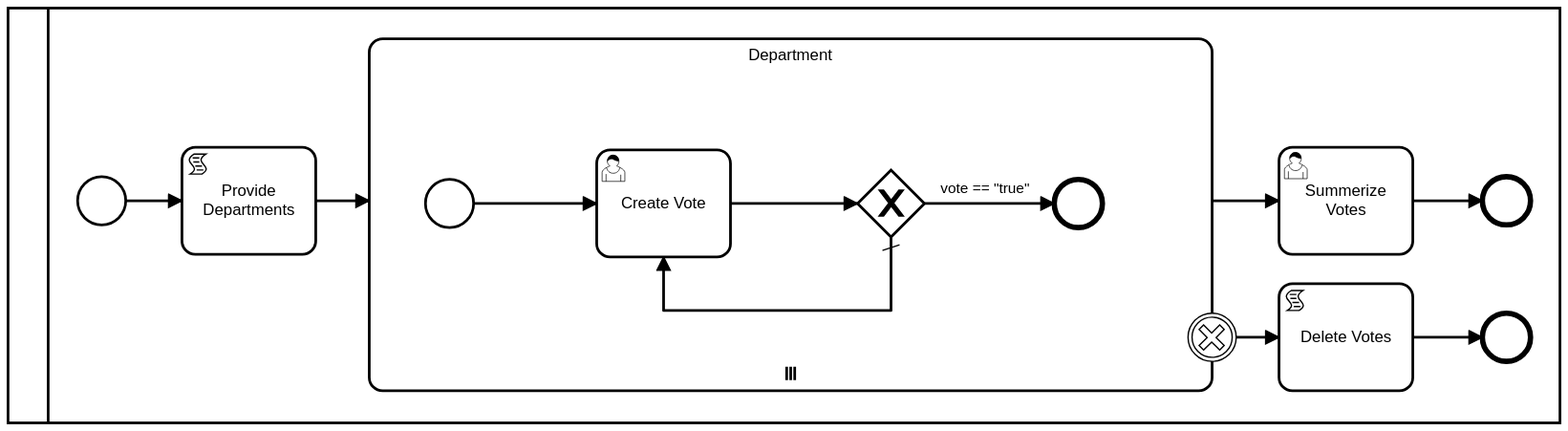
This is processes/Issue197.svg from bpmnServer/bpmn-web, a BPMN export, as it was before one commit. Its source is kept beside it as processes/Issue197.bpmn. Ids are renumbered. Its diagram source:
```xml
<bpmn2:definitions xmlns:xsi="http://www.w3.org/2001/XMLSchema-instance" xmlns:bpmn2="http://www.omg.org/spec/BPMN/20100524/MODEL" xmlns:bpmndi="http://www.omg.org/spec/BPMN/20100524/DI" xmlns:dc="http://www.omg.org/spec/DD/20100524/DC" xmlns:di="http://www.omg.org/spec/DD/20100524/DI" xmlns:camunda="http://camunda.org/schema/1.0/bpmn" id="sample-diagram" targetNamespace="http://bpmn.io/schema/bpmn" xsi:schemaLocation="http://www.omg.org/spec/BPMN/20100524/MODEL BPMN20.xsd">
  <bpmn2:collaboration id="Collaboration_n1">
    <bpmn2:participant id="Participant_n2" processRef="Process_1" />
  </bpmn2:collaboration>
  <bpmn2:process id="Process_1" isExecutable="false">
    <bpmn2:startEvent id="StartEvent_1">
      <bpmn2:outgoing>Flow_n3</bpmn2:outgoing>
    </bpmn2:startEvent>
    <bpmn2:scriptTask id="Activity_n4" name="Provide Departments" scriptFormat="JavaScript">
      <bpmn2:incoming>Flow_n3</bpmn2:incoming>
      <bpmn2:outgoing>Flow_n5</bpmn2:outgoing>
      <bpmn2:script>item.data.includeDepartment = true;
item.data.departments = ["IT", "HR"]</bpmn2:script>
    </bpmn2:scriptTask>
    <bpmn2:endEvent id="Event_end1">
      <bpmn2:incoming>Flow_n6</bpmn2:incoming>
    </bpmn2:endEvent>
    <bpmn2:userTask id="Activity_sum_votes" name="Summerize Votes">
      <bpmn2:incoming>Flow_n7</bpmn2:incoming>
      <bpmn2:outgoing>Flow_n6</bpmn2:outgoing>
    </bpmn2:userTask>
    <bpmn2:subProcess id="department" name="Department">
      <bpmn2:incoming>Flow_n5</bpmn2:incoming>
      <bpmn2:outgoing>Flow_n7</bpmn2:outgoing>
      <bpmn2:multiInstanceLoopCharacteristics camunda:collection="$(item.data.departments)" />
      <bpmn2:startEvent id="Event_n8">
        <bpmn2:outgoing>Flow_n9</bpmn2:outgoing>
      </bpmn2:startEvent>
      <bpmn2:sequenceFlow id="Flow_n9" sourceRef="Event_n8" targetRef="Activity_create_vote" />
      <bpmn2:userTask id="Activity_create_vote" name="Create Vote">
        <bpmn2:extensionElements>
          <camunda:formData>
            <camunda:formField id="vote" label="Vote" type="boolean" defaultValue="false" />
          </camunda:formData>
        </bpmn2:extensionElements>
        <bpmn2:incoming>Flow_n9</bpmn2:incoming>
        <bpmn2:incoming>Flow_n10</bpmn2:incoming>
        <bpmn2:outgoing>Flow_n11</bpmn2:outgoing>
      </bpmn2:userTask>
      <bpmn2:exclusiveGateway id="Gateway_n12" default="Flow_n10">
        <bpmn2:incoming>Flow_n11</bpmn2:incoming>
        <bpmn2:outgoing>Flow_n13</bpmn2:outgoing>
        <bpmn2:outgoing>Flow_n10</bpmn2:outgoing>
      </bpmn2:exclusiveGateway>
      <bpmn2:sequenceFlow id="Flow_n11" sourceRef="Activity_create_vote" targetRef="Gateway_n12" />
      <bpmn2:endEvent id="Event_n14">
        <bpmn2:incoming>Flow_n13</bpmn2:incoming>
      </bpmn2:endEvent>
      <bpmn2:sequenceFlow id="Flow_n13" name="vote == &#34;true&#34;" sourceRef="Gateway_n12" targetRef="Event_n14">
        <bpmn2:conditionExpression xsi:type="bpmn2:tFormalExpression" language="JavaScript">$(item.data.vote=="true")</bpmn2:conditionExpression>
      </bpmn2:sequenceFlow>
      <bpmn2:sequenceFlow id="Flow_n10" sourceRef="Gateway_n12" targetRef="Activity_create_vote" />
    </bpmn2:subProcess>
    <bpmn2:scriptTask id="Activity_deleteVotes" name="Delete Votes">
      <bpmn2:incoming>Flow_n15</bpmn2:incoming>
      <bpmn2:outgoing>Flow_n16</bpmn2:outgoing>
    </bpmn2:scriptTask>
    <bpmn2:endEvent id="Event_end2">
      <bpmn2:incoming>Flow_n16</bpmn2:incoming>
    </bpmn2:endEvent>
    <bpmn2:boundaryEvent id="Event_cancel" attachedToRef="department">
      <bpmn2:outgoing>Flow_n15</bpmn2:outgoing>
      <bpmn2:cancelEventDefinition id="CancelEventDefinition_n17" />
    </bpmn2:boundaryEvent>
    <bpmn2:sequenceFlow id="Flow_n16" sourceRef="Activity_deleteVotes" targetRef="Event_end2" />
    <bpmn2:sequenceFlow id="Flow_n15" sourceRef="Event_cancel" targetRef="Activity_deleteVotes" />
    <bpmn2:sequenceFlow id="Flow_n5" sourceRef="Activity_n4" targetRef="department" />
    <bpmn2:sequenceFlow id="Flow_n6" sourceRef="Activity_sum_votes" targetRef="Event_end1" />
    <bpmn2:sequenceFlow id="Flow_n7" sourceRef="department" targetRef="Activity_sum_votes" />
    <bpmn2:sequenceFlow id="Flow_n3" sourceRef="StartEvent_1" targetRef="Activity_n4" />
  </bpmn2:process>
  <bpmndi:BPMNDiagram id="BPMNDiagram_1">
    <bpmndi:BPMNPlane id="BPMNPlane_1" bpmnElement="Collaboration_n1">
      <bpmndi:BPMNShape id="Participant_n2_di" bpmnElement="Participant_n2" isHorizontal="true">
        <dc:Bounds x="90" y="114" width="1160" height="310" />
      </bpmndi:BPMNShape>
      <bpmndi:BPMNEdge id="Flow_n3_di" bpmnElement="Flow_n3">
        <di:waypoint x="178" y="258" />
        <di:waypoint x="220" y="258" />
      </bpmndi:BPMNEdge>
      <bpmndi:BPMNEdge id="Flow_n7_di" bpmnElement="Flow_n7">
        <di:waypoint x="990" y="258" />
        <di:waypoint x="1040" y="258" />
      </bpmndi:BPMNEdge>
      <bpmndi:BPMNEdge id="Flow_n6_di" bpmnElement="Flow_n6">
        <di:waypoint x="1140" y="258" />
        <di:waypoint x="1192" y="258" />
      </bpmndi:BPMNEdge>
      <bpmndi:BPMNEdge id="Flow_n5_di" bpmnElement="Flow_n5">
        <di:waypoint x="320" y="258" />
        <di:waypoint x="360" y="258" />
      </bpmndi:BPMNEdge>
      <bpmndi:BPMNEdge id="Flow_n15_di" bpmnElement="Flow_n15">
        <di:waypoint x="1008" y="360" />
        <di:waypoint x="1040" y="360" />
      </bpmndi:BPMNEdge>
      <bpmndi:BPMNEdge id="Flow_n16_di" bpmnElement="Flow_n16">
        <di:waypoint x="1140" y="360" />
        <di:waypoint x="1192" y="360" />
      </bpmndi:BPMNEdge>
      <bpmndi:BPMNShape id="_BPMNShape_StartEvent_2" bpmnElement="StartEvent_1">
        <dc:Bounds x="142" y="240" width="36" height="36" />
      </bpmndi:BPMNShape>
      <bpmndi:BPMNShape id="Activity_1trqr8z_di" bpmnElement="Activity_n4">
        <dc:Bounds x="220" y="218" width="100" height="80" />
      </bpmndi:BPMNShape>
      <bpmndi:BPMNShape id="Event_1jag0kh_di" bpmnElement="Event_end1">
        <dc:Bounds x="1192" y="240" width="36" height="36" />
      </bpmndi:BPMNShape>
      <bpmndi:BPMNShape id="Activity_1oo3z2k_di" bpmnElement="Activity_sum_votes">
        <dc:Bounds x="1040" y="218" width="100" height="80" />
      </bpmndi:BPMNShape>
      <bpmndi:BPMNShape id="Activity_0dsqa5j_di" bpmnElement="department" isExpanded="true">
        <dc:Bounds x="360" y="137" width="630" height="263" />
      </bpmndi:BPMNShape>
      <bpmndi:BPMNEdge id="Flow_n10_di" bpmnElement="Flow_n10">
        <di:waypoint x="750" y="285" />
        <di:waypoint x="750" y="340" />
        <di:waypoint x="580" y="340" />
        <di:waypoint x="580" y="300" />
      </bpmndi:BPMNEdge>
      <bpmndi:BPMNEdge id="Flow_n13_di" bpmnElement="Flow_n13">
        <di:waypoint x="775" y="260" />
        <di:waypoint x="872" y="260" />
        <bpmndi:BPMNLabel>
          <dc:Bounds x="787" y="242" width="66" height="14" />
        </bpmndi:BPMNLabel>
      </bpmndi:BPMNEdge>
      <bpmndi:BPMNEdge id="Flow_n11_di" bpmnElement="Flow_n11">
        <di:waypoint x="630" y="260" />
        <di:waypoint x="725" y="260" />
      </bpmndi:BPMNEdge>
      <bpmndi:BPMNEdge id="Flow_n9_di" bpmnElement="Flow_n9">
        <di:waypoint x="438" y="260" />
        <di:waypoint x="530" y="260" />
      </bpmndi:BPMNEdge>
      <bpmndi:BPMNShape id="Event_n8_di" bpmnElement="Event_n8">
        <dc:Bounds x="402" y="242" width="36" height="36" />
      </bpmndi:BPMNShape>
      <bpmndi:BPMNShape id="Activity_0f58zap_di" bpmnElement="Activity_create_vote">
        <dc:Bounds x="530" y="220" width="100" height="80" />
      </bpmndi:BPMNShape>
      <bpmndi:BPMNShape id="Gateway_n12_di" bpmnElement="Gateway_n12" isMarkerVisible="true">
        <dc:Bounds x="725" y="235" width="50" height="50" />
      </bpmndi:BPMNShape>
      <bpmndi:BPMNShape id="Event_n14_di" bpmnElement="Event_n14">
        <dc:Bounds x="872" y="242" width="36" height="36" />
      </bpmndi:BPMNShape>
      <bpmndi:BPMNShape id="Activity_0768bpi_di" bpmnElement="Activity_deleteVotes">
        <dc:Bounds x="1040" y="320" width="100" height="80" />
      </bpmndi:BPMNShape>
      <bpmndi:BPMNShape id="Event_1s6yeg2_di" bpmnElement="Event_end2">
        <dc:Bounds x="1192" y="342" width="36" height="36" />
      </bpmndi:BPMNShape>
      <bpmndi:BPMNShape id="Event_0rxj1px_di" bpmnElement="Event_cancel">
        <dc:Bounds x="972" y="342" width="36" height="36" />
      </bpmndi:BPMNShape>
    </bpmndi:BPMNPlane>
  </bpmndi:BPMNDiagram>
</bpmn2:definitions>
```
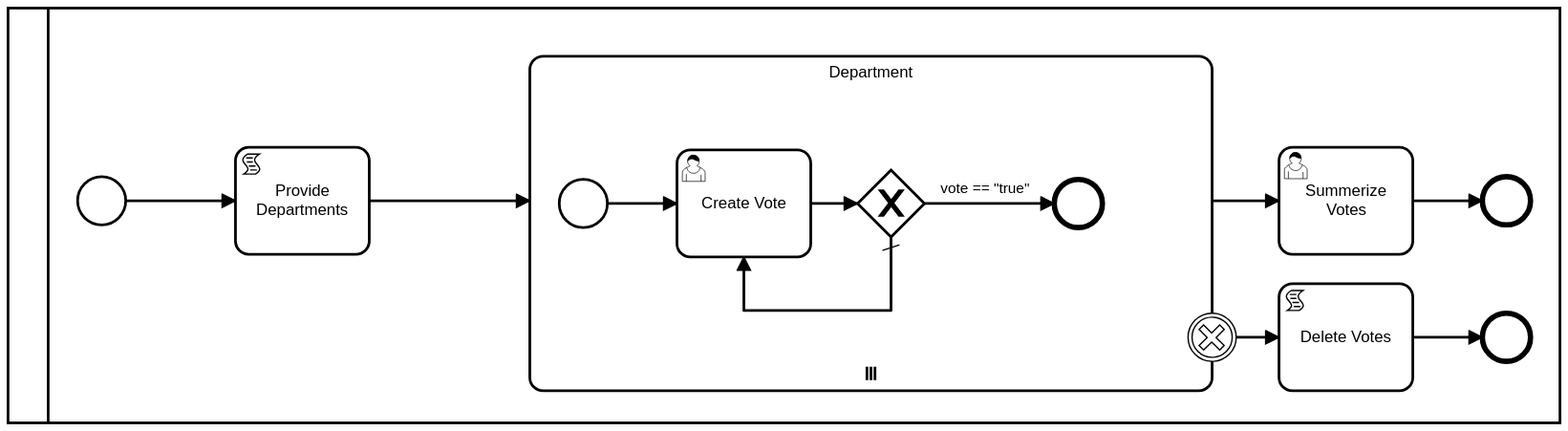
The same file after the commit.

The edit, as a diff of the source:
```diff
@@ -6,12 +6,6 @@
     <bpmn2:startEvent id="StartEvent_1">
       <bpmn2:outgoing>Flow_n3</bpmn2:outgoing>
     </bpmn2:startEvent>
-    <bpmn2:scriptTask id="Activity_n4" name="Provide Departments" scriptFormat="JavaScript">
-      <bpmn2:incoming>Flow_n3</bpmn2:incoming>
-      <bpmn2:outgoing>Flow_n5</bpmn2:outgoing>
-      <bpmn2:script>item.data.includeDepartment = true;
-item.data.departments = ["IT", "HR"]</bpmn2:script>
-    </bpmn2:scriptTask>
     <bpmn2:endEvent id="Event_end1">
       <bpmn2:incoming>Flow_n6</bpmn2:incoming>
     </bpmn2:endEvent>
@@ -20,7 +14,7 @@
       <bpmn2:outgoing>Flow_n6</bpmn2:outgoing>
     </bpmn2:userTask>
     <bpmn2:subProcess id="department" name="Department">
-      <bpmn2:incoming>Flow_n5</bpmn2:incoming>
+      <bpmn2:incoming>Flow_n18</bpmn2:incoming>
       <bpmn2:outgoing>Flow_n7</bpmn2:outgoing>
       <bpmn2:multiInstanceLoopCharacteristics camunda:collection="$(item.data.departments)" />
       <bpmn2:startEvent id="Event_n8">
@@ -58,16 +52,22 @@
     <bpmn2:endEvent id="Event_end2">
       <bpmn2:incoming>Flow_n16</bpmn2:incoming>
     </bpmn2:endEvent>
+    <bpmn2:sequenceFlow id="Flow_n16" sourceRef="Activity_deleteVotes" targetRef="Event_end2" />
+    <bpmn2:sequenceFlow id="Flow_n15" sourceRef="Event_cancel" targetRef="Activity_deleteVotes" />
+    <bpmn2:sequenceFlow id="Flow_n6" sourceRef="Activity_sum_votes" targetRef="Event_end1" />
+    <bpmn2:sequenceFlow id="Flow_n7" sourceRef="department" targetRef="Activity_sum_votes" />
+    <bpmn2:sequenceFlow id="Flow_n3" sourceRef="StartEvent_1" targetRef="Activity_n4" />
     <bpmn2:boundaryEvent id="Event_cancel" attachedToRef="department">
       <bpmn2:outgoing>Flow_n15</bpmn2:outgoing>
       <bpmn2:cancelEventDefinition id="CancelEventDefinition_n17" />
     </bpmn2:boundaryEvent>
-    <bpmn2:sequenceFlow id="Flow_n16" sourceRef="Activity_deleteVotes" targetRef="Event_end2" />
-    <bpmn2:sequenceFlow id="Flow_n15" sourceRef="Event_cancel" targetRef="Activity_deleteVotes" />
-    <bpmn2:sequenceFlow id="Flow_n5" sourceRef="Activity_n4" targetRef="department" />
-    <bpmn2:sequenceFlow id="Flow_n6" sourceRef="Activity_sum_votes" targetRef="Event_end1" />
-    <bpmn2:sequenceFlow id="Flow_n7" sourceRef="department" targetRef="Activity_sum_votes" />
-    <bpmn2:sequenceFlow id="Flow_n3" sourceRef="StartEvent_1" targetRef="Activity_n4" />
+    <bpmn2:sequenceFlow id="Flow_n18" sourceRef="Activity_n4" targetRef="department" />
+    <bpmn2:scriptTask id="Activity_n4" name="Provide Departments" scriptFormat="JavaScript">
+      <bpmn2:incoming>Flow_n3</bpmn2:incoming>
+      <bpmn2:outgoing>Flow_n18</bpmn2:outgoing>
+      <bpmn2:script>item.data.includeDepartment = true;
+item.data.departments = ["IT", "HR"]</bpmn2:script>
+    </bpmn2:scriptTask>
   </bpmn2:process>
   <bpmndi:BPMNDiagram id="BPMNDiagram_1">
     <bpmndi:BPMNPlane id="BPMNPlane_1" bpmnElement="Collaboration_n1">
@@ -76,7 +76,7 @@
       </bpmndi:BPMNShape>
       <bpmndi:BPMNEdge id="Flow_n3_di" bpmnElement="Flow_n3">
         <di:waypoint x="178" y="258" />
-        <di:waypoint x="220" y="258" />
+        <di:waypoint x="260" y="258" />
       </bpmndi:BPMNEdge>
       <bpmndi:BPMNEdge id="Flow_n7_di" bpmnElement="Flow_n7">
         <di:waypoint x="990" y="258" />
@@ -86,10 +86,6 @@
         <di:waypoint x="1140" y="258" />
         <di:waypoint x="1192" y="258" />
       </bpmndi:BPMNEdge>
-      <bpmndi:BPMNEdge id="Flow_n5_di" bpmnElement="Flow_n5">
-        <di:waypoint x="320" y="258" />
-        <di:waypoint x="360" y="258" />
-      </bpmndi:BPMNEdge>
       <bpmndi:BPMNEdge id="Flow_n15_di" bpmnElement="Flow_n15">
         <di:waypoint x="1008" y="360" />
         <di:waypoint x="1040" y="360" />
@@ -98,11 +94,12 @@
         <di:waypoint x="1140" y="360" />
         <di:waypoint x="1192" y="360" />
       </bpmndi:BPMNEdge>
+      <bpmndi:BPMNEdge id="Flow_n18_di" bpmnElement="Flow_n18">
+        <di:waypoint x="360" y="258" />
+        <di:waypoint x="480" y="258" />
+      </bpmndi:BPMNEdge>
       <bpmndi:BPMNShape id="_BPMNShape_StartEvent_2" bpmnElement="StartEvent_1">
         <dc:Bounds x="142" y="240" width="36" height="36" />
-      </bpmndi:BPMNShape>
-      <bpmndi:BPMNShape id="Activity_1trqr8z_di" bpmnElement="Activity_n4">
-        <dc:Bounds x="220" y="218" width="100" height="80" />
       </bpmndi:BPMNShape>
       <bpmndi:BPMNShape id="Event_1jag0kh_di" bpmnElement="Event_end1">
         <dc:Bounds x="1192" y="240" width="36" height="36" />
@@ -110,14 +107,17 @@
       <bpmndi:BPMNShape id="Activity_1oo3z2k_di" bpmnElement="Activity_sum_votes">
         <dc:Bounds x="1040" y="218" width="100" height="80" />
       </bpmndi:BPMNShape>
+      <bpmndi:BPMNShape id="Activity_1trqr8z_di" bpmnElement="Activity_n4">
+        <dc:Bounds x="260" y="218" width="100" height="80" />
+      </bpmndi:BPMNShape>
       <bpmndi:BPMNShape id="Activity_0dsqa5j_di" bpmnElement="department" isExpanded="true">
-        <dc:Bounds x="360" y="137" width="630" height="263" />
+        <dc:Bounds x="480" y="150" width="510" height="250" />
       </bpmndi:BPMNShape>
       <bpmndi:BPMNEdge id="Flow_n10_di" bpmnElement="Flow_n10">
         <di:waypoint x="750" y="285" />
         <di:waypoint x="750" y="340" />
-        <di:waypoint x="580" y="340" />
-        <di:waypoint x="580" y="300" />
+        <di:waypoint x="640" y="340" />
+        <di:waypoint x="640" y="300" />
       </bpmndi:BPMNEdge>
       <bpmndi:BPMNEdge id="Flow_n13_di" bpmnElement="Flow_n13">
         <di:waypoint x="775" y="260" />
@@ -127,24 +127,24 @@
         </bpmndi:BPMNLabel>
       </bpmndi:BPMNEdge>
       <bpmndi:BPMNEdge id="Flow_n11_di" bpmnElement="Flow_n11">
-        <di:waypoint x="630" y="260" />
+        <di:waypoint x="690" y="260" />
         <di:waypoint x="725" y="260" />
       </bpmndi:BPMNEdge>
       <bpmndi:BPMNEdge id="Flow_n9_di" bpmnElement="Flow_n9">
-        <di:waypoint x="438" y="260" />
-        <di:waypoint x="530" y="260" />
+        <di:waypoint x="538" y="260" />
+        <di:waypoint x="590" y="260" />
       </bpmndi:BPMNEdge>
-      <bpmndi:BPMNShape id="Event_n8_di" bpmnElement="Event_n8">
-        <dc:Bounds x="402" y="242" width="36" height="36" />
-      </bpmndi:BPMNShape>
-      <bpmndi:BPMNShape id="Activity_0f58zap_di" bpmnElement="Activity_create_vote">
-        <dc:Bounds x="530" y="220" width="100" height="80" />
-      </bpmndi:BPMNShape>
       <bpmndi:BPMNShape id="Gateway_n12_di" bpmnElement="Gateway_n12" isMarkerVisible="true">
         <dc:Bounds x="725" y="235" width="50" height="50" />
       </bpmndi:BPMNShape>
       <bpmndi:BPMNShape id="Event_n14_di" bpmnElement="Event_n14">
         <dc:Bounds x="872" y="242" width="36" height="36" />
+      </bpmndi:BPMNShape>
+      <bpmndi:BPMNShape id="Activity_0f58zap_di" bpmnElement="Activity_create_vote">
+        <dc:Bounds x="590" y="220" width="100" height="80" />
+      </bpmndi:BPMNShape>
+      <bpmndi:BPMNShape id="Event_n8_di" bpmnElement="Event_n8">
+        <dc:Bounds x="502" y="242" width="36" height="36" />
       </bpmndi:BPMNShape>
       <bpmndi:BPMNShape id="Activity_0768bpi_di" bpmnElement="Activity_deleteVotes">
         <dc:Bounds x="1040" y="320" width="100" height="80" />
```
